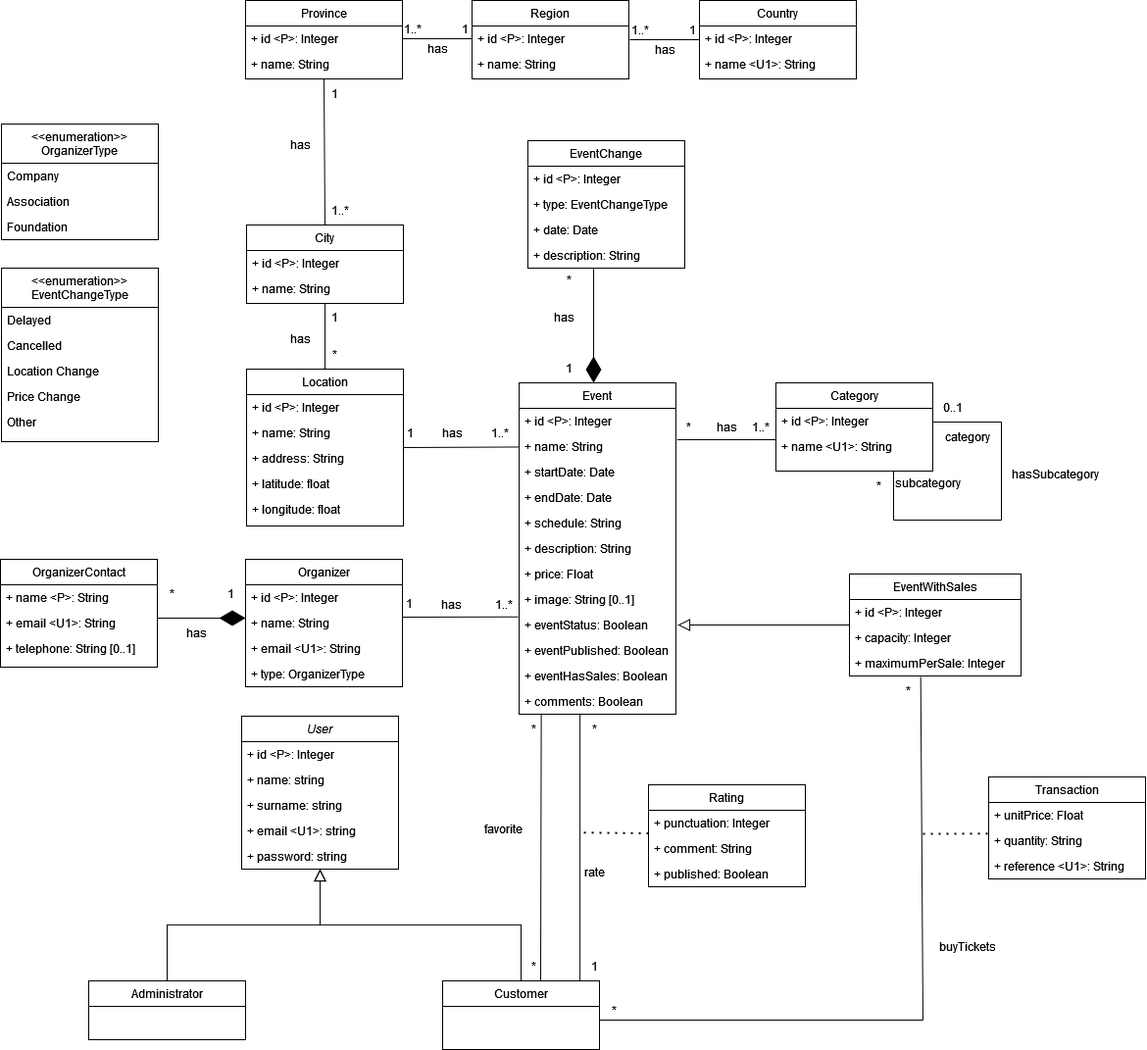
Above: diagrams/conceptual-diagram.drawio.png in danielpilot/event-database (draw.io), before the change. Source tidied: cells renumbered, new cells last; positions are measured from the earlier drawing's top-left corner, leaving out a move shared by most shapes.
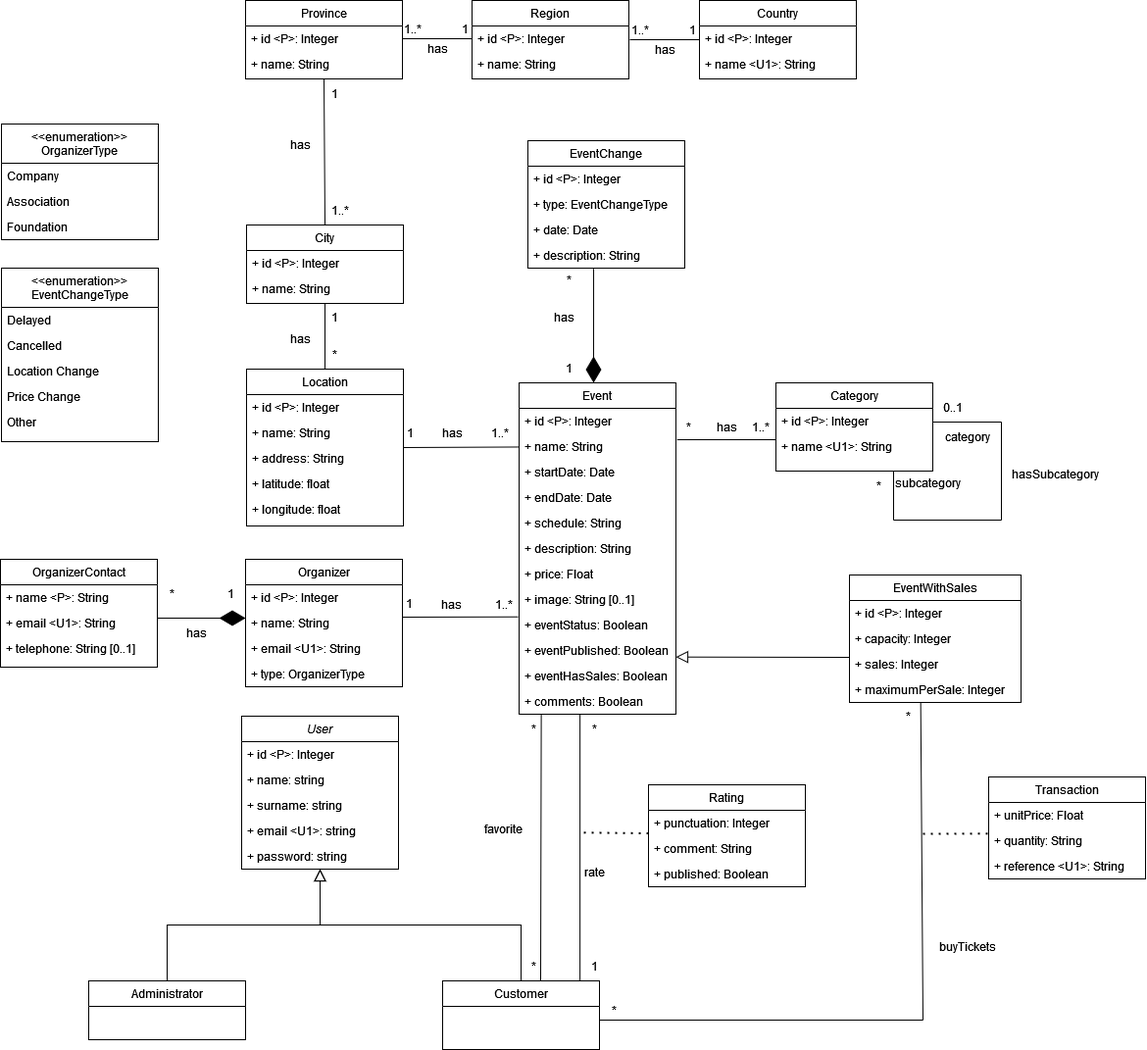
Above is the later version.

Commit message:
Add sales to EventWithSales

Change to the diagram source:
```diff
@@ -415,7 +415,7 @@
       <mxGeometry x="586" y="874" width="40" height="30" as="geometry" />
     </mxCell>
     <mxCell id="128" value="EventWithSales&#10;" style="swimlane;fontStyle=0;align=center;verticalAlign=top;horizontal=1;startSize=26;rounded=0;shadow=0;strokeWidth=1;" parent="1" vertex="1">
-      <mxGeometry x="866" y="585" width="175" height="104" as="geometry" />
+      <mxGeometry x="866" y="586" width="175" height="130" as="geometry" />
     </mxCell>
     <mxCell id="129" value="+ id &lt;P&gt;: Integer" style="text;align=left;verticalAlign=top;spacingLeft=4;spacingRight=4;overflow=hidden;rounded=0;shadow=0;html=0;" parent="128" vertex="1">
       <mxGeometry y="26" width="175" height="26" as="geometry" />
@@ -423,14 +423,12 @@
     <mxCell id="130" value="+ capacity: Integer" style="text;align=left;verticalAlign=top;spacingLeft=4;spacingRight=4;overflow=hidden;rounded=0;shadow=0;html=0;" parent="128" vertex="1">
       <mxGeometry y="52" width="175" height="26" as="geometry" />
     </mxCell>
+    <mxCell id="143" value="+ sales: Integer" style="text;align=left;verticalAlign=top;spacingLeft=4;spacingRight=4;overflow=hidden;points=[[0,0.5],[1,0.5]];portConstraint=eastwest;rounded=0;shadow=0;html=0;" parent="128" vertex="1">
+      <mxGeometry y="78" width="175" height="26" as="geometry" />
+    </mxCell>
     <mxCell id="131" value="+ maximumPerSale: Integer" style="text;align=left;verticalAlign=top;spacingLeft=4;spacingRight=4;overflow=hidden;rounded=0;shadow=0;html=0;" parent="128" vertex="1">
-      <mxGeometry y="78" width="175" height="26" as="geometry" />
+      <mxGeometry y="104" width="175" height="26" as="geometry" />
     </mxCell>
-    <mxCell id="132" style="endArrow=block;endSize=10;endFill=0;shadow=0;strokeWidth=1;rounded=0;curved=0;edgeStyle=elbowEdgeStyle;elbow=vertical;exitX=0;exitY=0.5;exitDx=0;exitDy=0;" parent="1" edge="1" source="128">
-      <mxGeometry relative="1" as="geometry">
-        <mxPoint x="691" y="637" as="targetPoint" />
-      </mxGeometry>
-    </mxCell>
     <mxCell id="133" style="endArrow=none;html=1;rounded=0;" parent="1" edge="1">
       <mxGeometry relative="1" as="geometry">
         <mxPoint x="611" y="1040" as="sourcePoint" />
@@ -446,7 +444,7 @@
       <mxGeometry x="611" y="1015" width="30" height="30" as="geometry" />
     </mxCell>
     <mxCell id="136" value="*" style="text;html=1;align=center;verticalAlign=middle;points=[];strokeColor=none;fillColor=none;" parent="1" vertex="1">
-      <mxGeometry x="911" y="689" width="30" height="30" as="geometry" />
+      <mxGeometry x="911" y="715" width="30" height="30" as="geometry" />
     </mxCell>
     <mxCell id="137" style="endArrow=none;dashed=1;html=1;dashPattern=1 3;strokeWidth=2;rounded=0;entryX=-0.005;entryY=0.222;entryDx=0;entryDy=0;entryPerimeter=0;" parent="1" edge="1" target="140">
       <mxGeometry relative="1" as="geometry">
@@ -468,5 +466,10 @@
     <mxCell id="142" value="buyTickets" style="text;html=1;align=center;verticalAlign=middle;strokeColor=none;fillColor=none;" parent="1" vertex="1">
       <mxGeometry x="946" y="950" width="80" height="30" as="geometry" />
     </mxCell>
+    <mxCell id="144" style="endArrow=block;endSize=10;endFill=0;shadow=0;strokeWidth=1;rounded=0;curved=0;edgeStyle=elbowEdgeStyle;elbow=vertical;entryX=1.004;entryY=0.631;entryDx=0;entryDy=0;entryPerimeter=0;exitX=-0.002;exitY=0.231;exitDx=0;exitDy=0;exitPerimeter=0;" parent="1" edge="1" source="143">
+      <mxGeometry relative="1" as="geometry">
+        <mxPoint x="689" y="670.4" as="targetPoint" />
+      </mxGeometry>
+    </mxCell>
   </root>
 </mxGraphModel>
```
